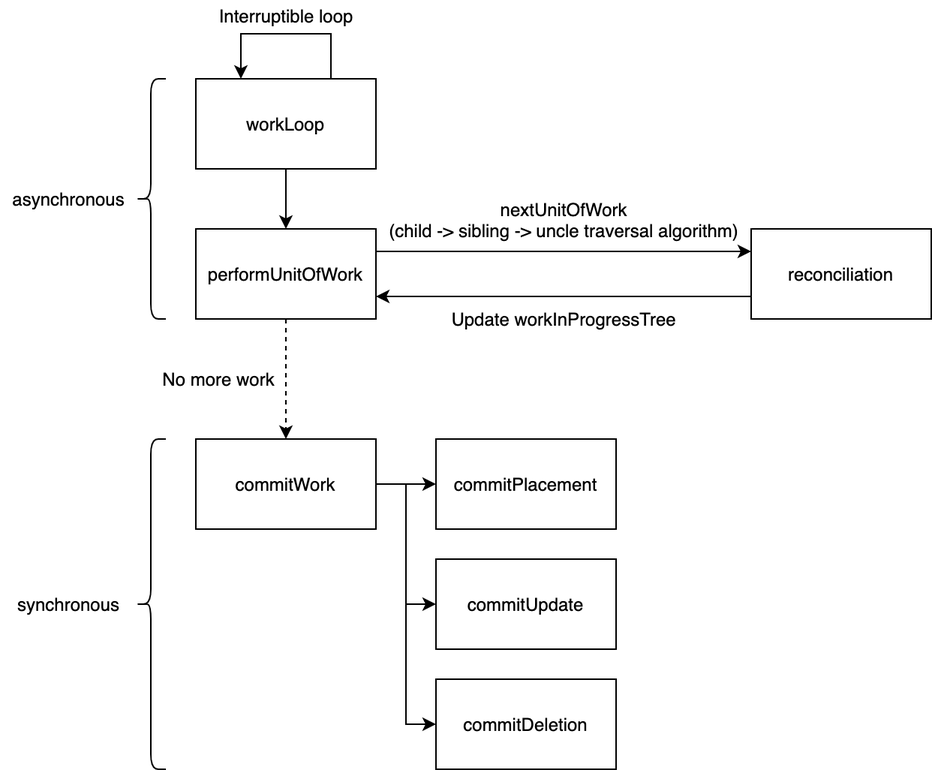
Above: architecture.png in okmttdhr/my-own-react (draw.io), before the change. Source tidied: cells renumbered, new cells last; positions are measured from the earlier drawing's top-left corner, leaving out a move shared by most shapes.
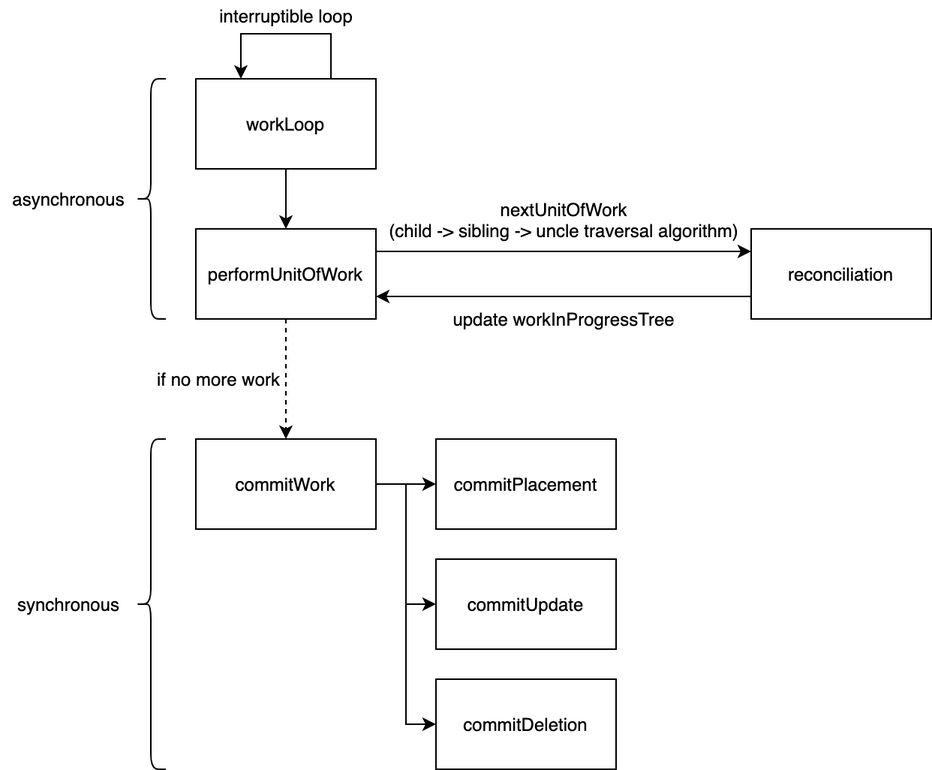
After the change.

The edit, as a diff of the source:
```diff
@@ -37,11 +37,11 @@
         </Array>
       </mxGeometry>
     </mxCell>
-    <mxCell id="12" value="Interruptible loop" style="text;html=1;align=center;verticalAlign=middle;strokeColor=none;" parent="1" vertex="1">
+    <mxCell id="12" value="interruptible loop" style="text;html=1;align=center;verticalAlign=middle;strokeColor=none;" parent="1" vertex="1">
       <mxGeometry x="140" width="100" height="20" as="geometry" />
     </mxCell>
-    <mxCell id="13" value="No more work" style="text;html=1;align=center;verticalAlign=middle;strokeColor=none;" parent="1" vertex="1">
-      <mxGeometry x="100" y="242" width="90" height="20" as="geometry" />
+    <mxCell id="13" value="if no more work" style="text;html=1;align=center;verticalAlign=middle;strokeColor=none;" parent="1" vertex="1">
+      <mxGeometry x="95" y="242" width="100" height="20" as="geometry" />
     </mxCell>
     <mxCell id="14" value="asynchronous" style="text;html=1;align=center;verticalAlign=middle;strokeColor=none;" parent="1" vertex="1">
       <mxGeometry y="122" width="90" height="20" as="geometry" />
@@ -52,8 +52,8 @@
     <mxCell id="16" value="&lt;span&gt;nextUnitOfWork&lt;br&gt;(child -&amp;gt; sibling -&amp;gt; uncle&amp;nbsp;traversal algorithm)&lt;/span&gt;" style="text;html=1;align=center;verticalAlign=middle;strokeColor=none;" parent="1" vertex="1">
       <mxGeometry x="250" y="131" width="250" height="30" as="geometry" />
     </mxCell>
-    <mxCell id="17" value="&lt;span&gt;Update workInProgressTree&lt;/span&gt;" style="text;html=1;align=center;verticalAlign=middle;strokeColor=none;" parent="1" vertex="1">
-      <mxGeometry x="290" y="202" width="170" height="20" as="geometry" />
+    <mxCell id="17" value="&lt;span&gt;update workInProgressTree&lt;/span&gt;" style="text;html=1;align=center;verticalAlign=middle;strokeColor=none;" parent="1" vertex="1">
+      <mxGeometry x="295" y="202" width="160" height="20" as="geometry" />
     </mxCell>
     <mxCell id="18" value="commitPlacement" style="rounded=0;whiteSpace=wrap;html=1;" parent="1" vertex="1">
       <mxGeometry x="290" y="292" width="120" height="60" as="geometry" />
```
